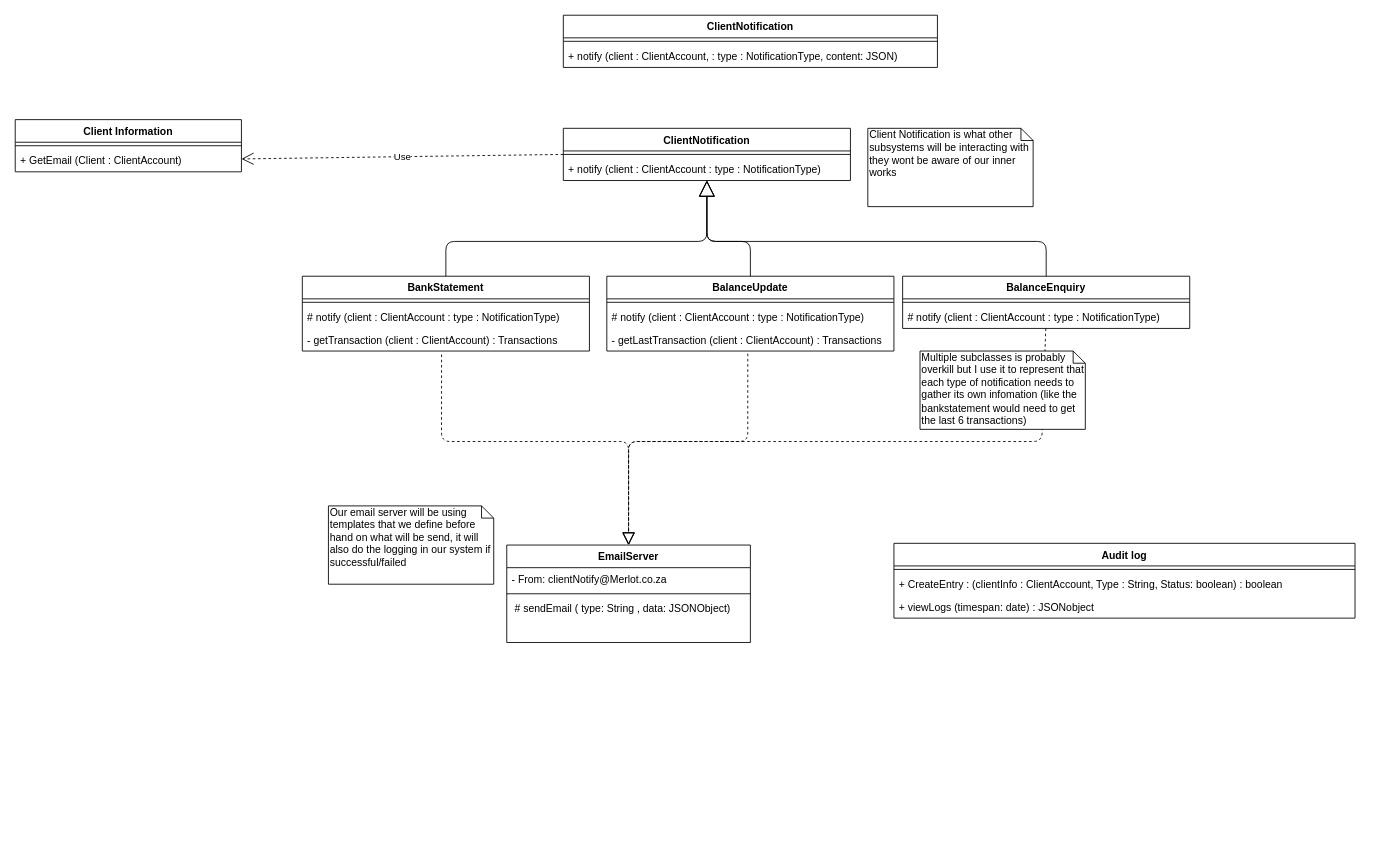
Before: MerlotNotifications.drawio in littleNeuronCell/Merlot-Notification-System, a draw.io diagram. Source tidied: cells renumbered, new cells numbered last; positions are measured from the earlier drawing's top-left corner, leaving out a move shared by most shapes. Both pictures are drawn from the tidied source at 87%, with x=0, y=0 at pixel (15, 15).
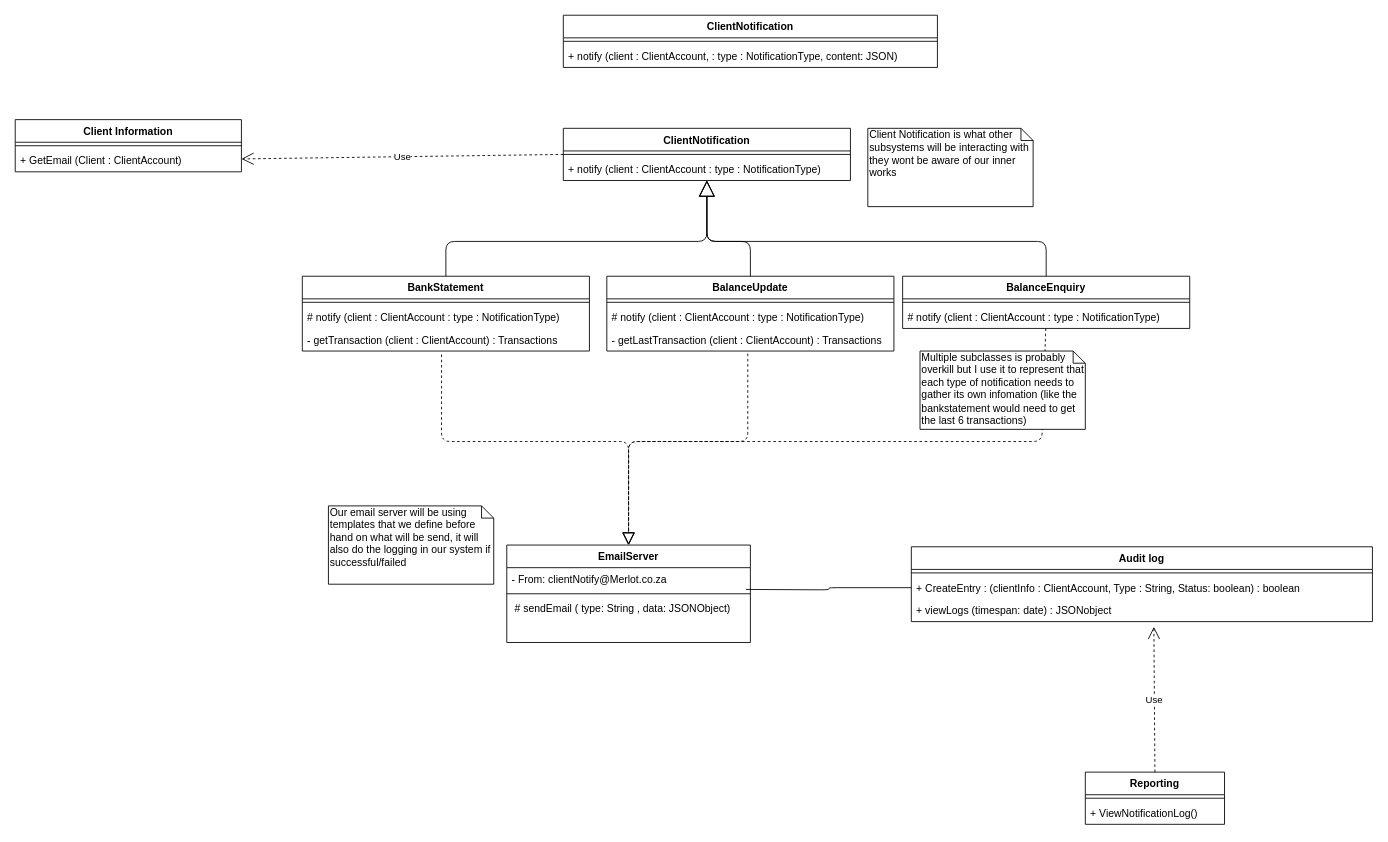
The same diagram, later.

Unchanged cells that the change refers to:
```xml
<mxCell id="19" value="EmailServer" style="swimlane;fontStyle=1;align=center;verticalAlign=top;horizontal=1;startSize=26;" parent="1" vertex="1">
  <mxGeometry x="565" y="609" width="280" height="112" as="geometry" />
</mxCell>
<mxCell id="39" value="+ CreateEntry : (clientInfo : ClientAccount, Type : String, Status: boolean) : boolean" style="text;strokeColor=none;fillColor=none;align=left;verticalAlign=top;spacingLeft=4;spacingRight=4;overflow=hidden;points=[[0,0.5],[1,0.5]];portConstraint=eastwest;" parent="37" vertex="1">
  <mxGeometry y="34" width="530" height="26" as="geometry" />
</mxCell>
<mxCell id="40" value="+ viewLogs (timespan: date) : JSONobject" style="text;strokeColor=none;fillColor=none;align=left;verticalAlign=top;spacingLeft=4;spacingRight=4;overflow=hidden;points=[[0,0.5],[1,0.5]];portConstraint=eastwest;" parent="37" vertex="1">
  <mxGeometry y="60" width="530" height="26" as="geometry" />
</mxCell>
```

Diff of the diagram source:
```diff
@@
+    <mxCell id="41" style="endArrow=none;html=1;edgeStyle=orthogonalEdgeStyle;entryX=0;entryY=0.5;entryDx=0;entryDy=0;" parent="19" edge="1" target="39">
+      <mxGeometry relative="1" as="geometry">
+        <mxPoint x="275" y="51" as="sourcePoint" />
+      </mxGeometry>
+    </mxCell>
+    <mxCell id="42" style="html=1;align=left;verticalAlign=bottom;labelBackgroundColor=#ffffff;fontSize=10;" parent="41" vertex="1">
+      <mxGeometry x="-1" relative="1" as="geometry" />
+    </mxCell>
+    <mxCell id="43" style="html=1;align=right;verticalAlign=bottom;labelBackgroundColor=#ffffff;fontSize=10;" parent="41" vertex="1">
+      <mxGeometry x="1" relative="1" as="geometry" />
+    </mxCell>
@@
     <mxCell id="37" value="Audit log" style="swimlane;fontStyle=1;align=center;verticalAlign=top;horizontal=1;startSize=26;" parent="1" vertex="1">
-      <mxGeometry x="1010" y="607" width="530" height="86" as="geometry" />
+      <mxGeometry x="1030" y="611" width="530" height="86" as="geometry" />
     </mxCell>
@@
+    <mxCell id="44" value="Reporting" style="swimlane;fontStyle=1;align=center;verticalAlign=top;horizontal=1;startSize=26;" parent="1" vertex="1">
+      <mxGeometry x="1230" y="870" width="160" height="60" as="geometry" />
+    </mxCell>
+    <mxCell id="45" style="line;strokeWidth=1;fillColor=none;align=left;verticalAlign=middle;spacingTop=-1;spacingLeft=3;spacingRight=3;labelPosition=right;" parent="44" vertex="1">
+      <mxGeometry y="26" width="160" height="8" as="geometry" />
+    </mxCell>
+    <mxCell id="46" value="+ ViewNotificationLog()&#10;&#10;" style="text;strokeColor=none;fillColor=none;align=left;verticalAlign=top;spacingLeft=4;spacingRight=4;overflow=hidden;" parent="44" vertex="1">
+      <mxGeometry y="34" width="160" height="26" as="geometry" />
+    </mxCell>
+    <mxCell id="47" value="Use" style="endArrow=open;endSize=12;dashed=1;html=1;entryX=0.526;entryY=1.231;entryDx=0;entryDy=0;entryPerimeter=0;exitX=0.5;exitY=0;exitDx=0;exitDy=0;" parent="1" edge="1" source="44" target="40">
+      <mxGeometry relative="1" as="geometry" />
+    </mxCell>
```
